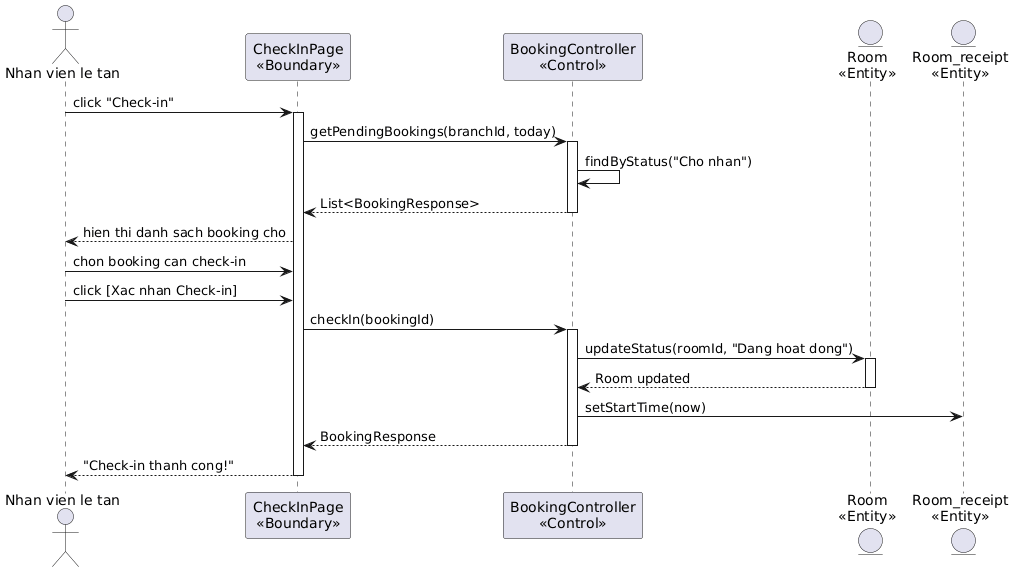
Before: output/diagrams/booking_seq_2.png, a diagram exported from PlantUML (thanhtrnnn/cnpm).
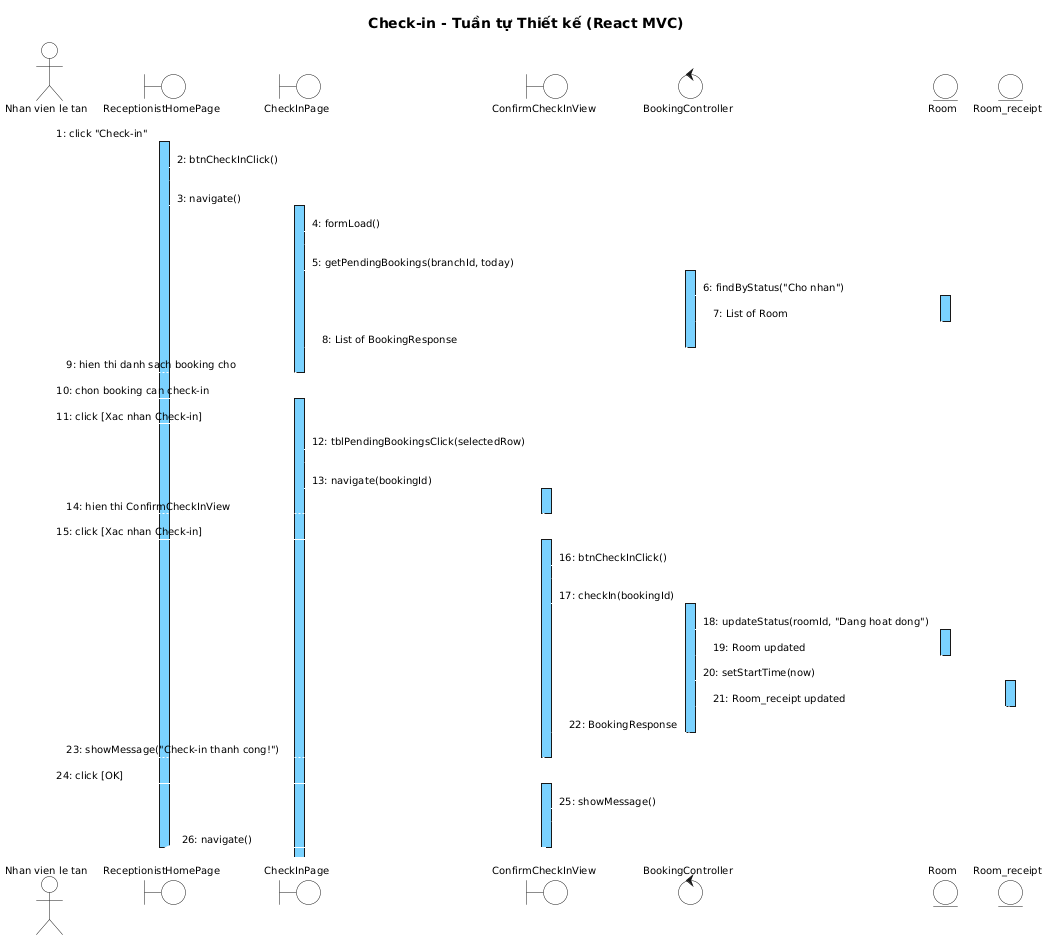
After the change.

Diff of the diagram source:
```diff
@@ -1,30 +1,84 @@
 @startuml
+skinparam shadowing false
+skinparam SequenceMessageAlign left
+skinparam SequenceLifeLineBackgroundColor #7AD2FF
+skinparam SequenceLifeLineBorderColor #000000
+
+<style>
+sequenceDiagram {
+  Shadowing 0
+  RoundCorner 0
+  FontName "Arial"
+  FontSize 10
+  FontColor #000000
+  participant { BackgroundColor #7AD2FF LineColor #000000 LineThickness 1 }
+  actor { BackgroundColor transparent LineColor #000000 }
+  boundary { BackgroundColor #7AD2FF LineColor #000000 }
+  control { BackgroundColor #7AD2FF LineColor #000000 }
+  entity { BackgroundColor #7AD2FF LineColor #000000 }
+  lifeline { LineColor #000000 LineStyle 5-5 }
+  arrow { LineColor #000000 LineThickness 1 FontSize 10 }
+}
+</style>
+
+title Check-in - Tuần tự Thiết kế (React MVC)
+
 actor "Nhan vien le tan" as NV
-participant "CheckInPage\n<<Boundary>>" as CheckIn
-participant "BookingController\n<<Control>>" as Ctrl
-entity "Room\n<<Entity>>" as Room
-entity "Room_receipt\n<<Entity>>" as RR
+boundary ReceptionistHomePage
+boundary CheckInPage
+boundary ConfirmCheckInView
+control BookingController
+entity Room
+entity Room_receipt
 
-NV -> CheckIn: click "Check-in"
-activate CheckIn
-CheckIn -> Ctrl: getPendingBookings(branchId, today)
-activate Ctrl
-Ctrl -> Ctrl: findByStatus("Cho nhan")
-Ctrl --> CheckIn: List<BookingResponse>
-deactivate Ctrl
-CheckIn --> NV: hien thi danh sach booking cho
+NV -> ReceptionistHomePage : 1: click "Check-in"
+activate ReceptionistHomePage
+ReceptionistHomePage -> ReceptionistHomePage : 2: btnCheckInClick()
+ReceptionistHomePage -> CheckInPage : 3: navigate()
+activate CheckInPage
+CheckInPage -> CheckInPage : 4: formLoad()
+CheckInPage -> BookingController : 5: getPendingBookings(branchId, today)
+activate BookingController
+BookingController -> Room : 6: findByStatus("Cho nhan")
+activate Room
+Room --> BookingController : 7: List of Room
+deactivate Room
+BookingController --> CheckInPage : 8: List of BookingResponse
+deactivate BookingController
+CheckInPage --> NV : 9: hien thi danh sach booking cho
+deactivate CheckInPage
 
-NV -> CheckIn: chon booking can check-in
-NV -> CheckIn: click [Xac nhan Check-in]
-CheckIn -> Ctrl: checkIn(bookingId)
-activate Ctrl
-Ctrl -> Room: updateStatus(roomId, "Dang hoat dong")
+NV -> CheckInPage : 10: chon booking can check-in
+activate CheckInPage
+NV -> CheckInPage : 11: click [Xac nhan Check-in]
+CheckInPage -> CheckInPage : 12: tblPendingBookingsClick(selectedRow)
+CheckInPage -> ConfirmCheckInView : 13: navigate(bookingId)
+activate ConfirmCheckInView
+ConfirmCheckInView --> NV : 14: hien thi ConfirmCheckInView
+deactivate ConfirmCheckInView
+
+NV -> ConfirmCheckInView : 15: click [Xac nhan Check-in]
+activate ConfirmCheckInView
+ConfirmCheckInView -> ConfirmCheckInView : 16: btnCheckInClick()
+ConfirmCheckInView -> BookingController : 17: checkIn(bookingId)
+activate BookingController
+BookingController -> Room : 18: updateStatus(roomId, "Dang hoat dong")
 activate Room
-Room --> Ctrl: Room updated
+Room --> BookingController : 19: Room updated
 deactivate Room
-Ctrl -> RR: setStartTime(now)
-Ctrl --> CheckIn: BookingResponse
-deactivate Ctrl
-CheckIn --> NV: "Check-in thanh cong!"
-deactivate CheckIn
+BookingController -> Room_receipt : 20: setStartTime(now)
+activate Room_receipt
+Room_receipt --> BookingController : 21: Room_receipt updated
+deactivate Room_receipt
+BookingController --> ConfirmCheckInView : 22: BookingResponse
+deactivate BookingController
+ConfirmCheckInView --> NV : 23: showMessage("Check-in thanh cong!")
+deactivate ConfirmCheckInView
+
+NV -> ConfirmCheckInView : 24: click [OK]
+activate ConfirmCheckInView
+ConfirmCheckInView -> ConfirmCheckInView : 25: showMessage()
+ConfirmCheckInView -> ReceptionistHomePage : 26: navigate()
+deactivate ConfirmCheckInView
+deactivate ReceptionistHomePage
 @enduml
```
